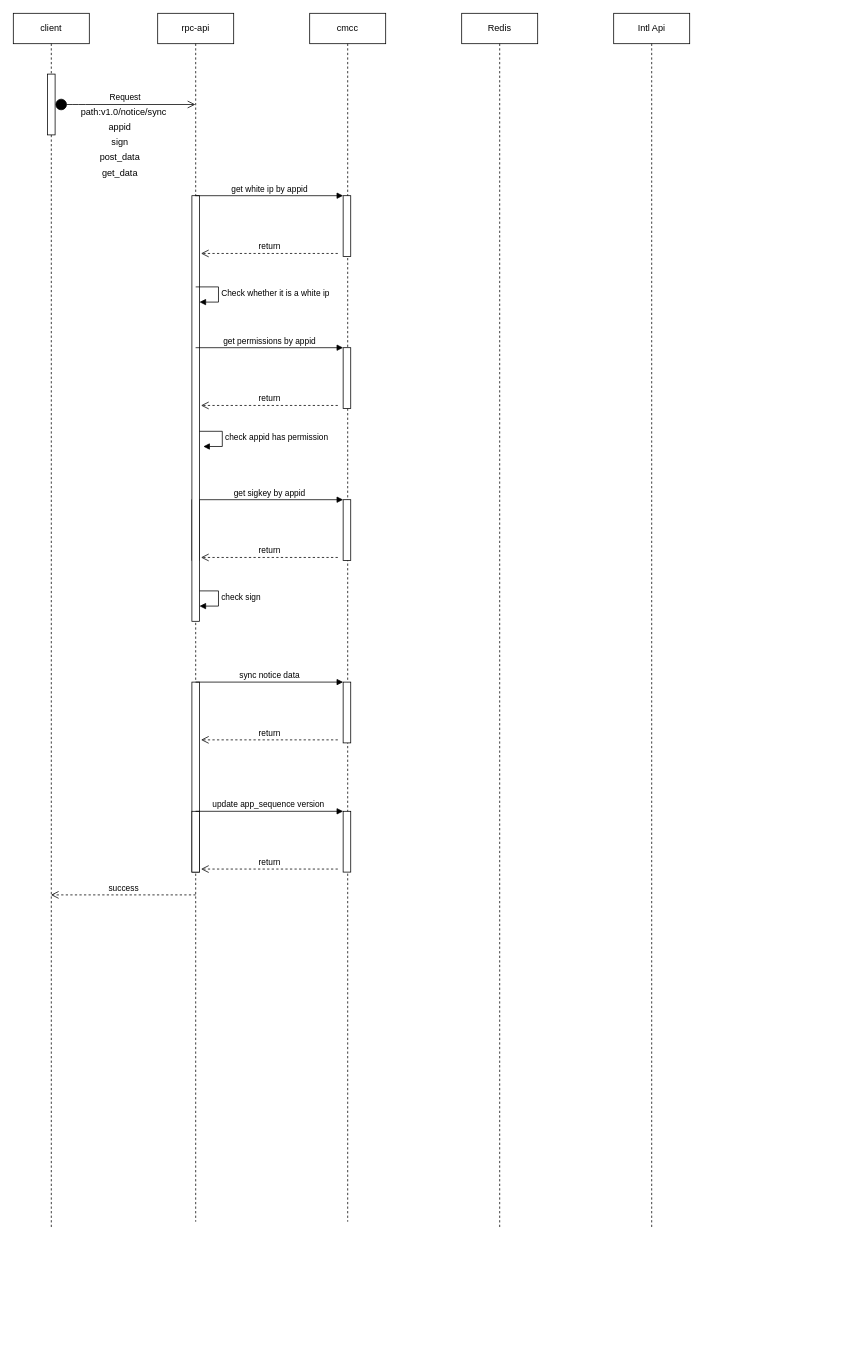
This is Untitled Diagram.drawio from 16sgit/16.github.io, a draw.io file, before an edit. Source tidied: cells renumbered, new cells numbered last; positions are measured from the earlier drawing's top-left corner, leaving out a move shared by most shapes. Both pictures are drawn from the tidied source at 76%, with x=0, y=0 at pixel (13, 13).
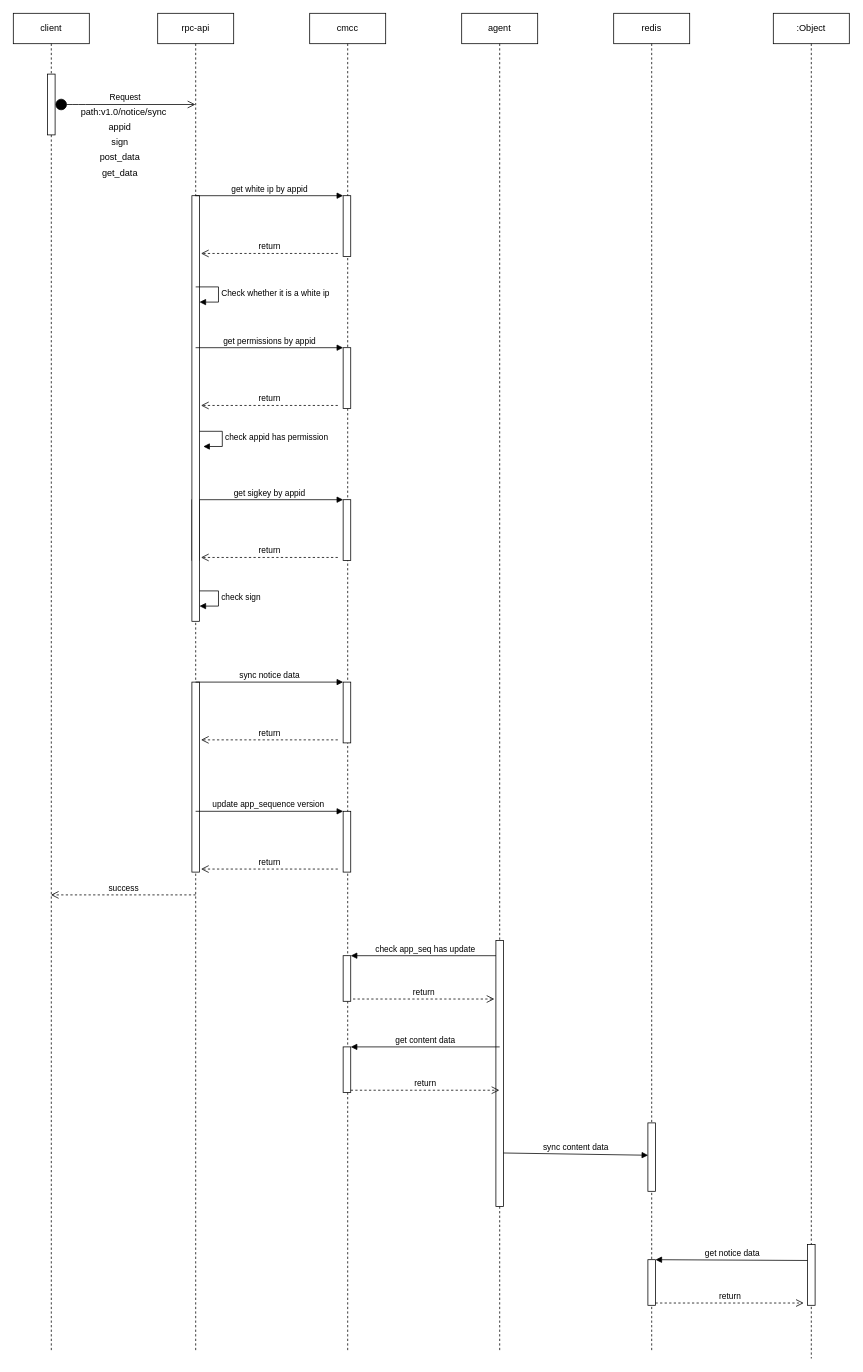
The same diagram, later.

Diff of the diagram source:
```diff
@@
     <mxCell id="2" value="client" style="shape=umlLifeline;perimeter=lifelinePerimeter;whiteSpace=wrap;html=1;outlineConnect=0;" parent="1" vertex="1">
-      <mxGeometry width="100" height="1600" as="geometry" />
+      <mxGeometry width="100" height="1760" as="geometry" />
     </mxCell>
     <mxCell id="3" value="rpc-api" style="shape=umlLifeline;perimeter=lifelinePerimeter;whiteSpace=wrap;html=1;outlineConnect=0;" parent="1" vertex="1">
-      <mxGeometry x="190" width="100" height="1590" as="geometry" />
+      <mxGeometry x="190" width="100" height="1760" as="geometry" />
     </mxCell>
     <mxCell id="4" value="cmcc" style="shape=umlLifeline;perimeter=lifelinePerimeter;whiteSpace=wrap;html=1;" parent="1" vertex="1">
-      <mxGeometry x="390" width="100" height="1590" as="geometry" />
+      <mxGeometry x="390" width="100" height="1760" as="geometry" />
     </mxCell>
@@
-    <mxCell id="14" style="html=1;perimeter=orthogonalPerimeter;" parent="4" vertex="1">
-      <mxGeometry x="-155" y="1050" width="10" height="80" as="geometry" />
-    </mxCell>
@@
-    <mxCell id="29" value="Redis" style="shape=umlLifeline;perimeter=lifelinePerimeter;whiteSpace=wrap;html=1;outlineConnect=0;" parent="1" vertex="1">
-      <mxGeometry x="590" width="100" height="1600" as="geometry" />
+    <mxCell id="29" value="agent" style="shape=umlLifeline;perimeter=lifelinePerimeter;whiteSpace=wrap;html=1;outlineConnect=0;" parent="1" vertex="1">
+      <mxGeometry x="590" width="100" height="1760" as="geometry" />
     </mxCell>
-    <mxCell id="30" value="Intl Api" style="shape=umlLifeline;perimeter=lifelinePerimeter;whiteSpace=wrap;html=1;" parent="1" vertex="1">
-      <mxGeometry x="790" width="100" height="1600" as="geometry" />
+    <mxCell id="30" value="redis" style="shape=umlLifeline;perimeter=lifelinePerimeter;whiteSpace=wrap;html=1;" parent="1" vertex="1">
+      <mxGeometry x="790" width="100" height="1760" as="geometry" />
     </mxCell>
@@
+    <mxCell id="37" style="html=1;points=[];perimeter=orthogonalPerimeter;" parent="1" vertex="1">
+      <mxGeometry x="434" y="1240" width="10" height="60" as="geometry" />
+    </mxCell>
+    <mxCell id="38" value="check app_seq has update" style="html=1;verticalAlign=bottom;endArrow=block;entryX=1;entryY=0;" parent="1" edge="1" target="37">
+      <mxGeometry relative="1" as="geometry">
+        <mxPoint x="640" y="1240" as="sourcePoint" />
+      </mxGeometry>
+    </mxCell>
+    <mxCell id="39" value="return" style="html=1;verticalAlign=bottom;endArrow=open;dashed=1;endSize=8;exitX=1;exitY=0.95;" parent="1" edge="1">
+      <mxGeometry relative="1" as="geometry">
+        <mxPoint x="447" y="1297" as="sourcePoint" />
+        <mxPoint x="633" y="1297" as="targetPoint" />
+      </mxGeometry>
+    </mxCell>
+    <mxCell id="40" style="html=1;perimeter=orthogonalPerimeter;" parent="1" vertex="1">
+      <mxGeometry x="635" y="1220" width="10" height="350" as="geometry" />
+    </mxCell>
+    <mxCell id="41" style="html=1;points=[];perimeter=orthogonalPerimeter;" parent="1" vertex="1">
+      <mxGeometry x="434" y="1360" width="10" height="60" as="geometry" />
+    </mxCell>
+    <mxCell id="42" value="get content data" style="html=1;verticalAlign=bottom;endArrow=block;entryX=1;entryY=0;" parent="1" edge="1" target="41">
+      <mxGeometry relative="1" as="geometry">
+        <mxPoint x="640" y="1360" as="sourcePoint" />
+      </mxGeometry>
+    </mxCell>
+    <mxCell id="43" value="return" style="html=1;verticalAlign=bottom;endArrow=open;dashed=1;endSize=8;exitX=1;exitY=0.95;" parent="1" edge="1" source="41" target="29">
+      <mxGeometry relative="1" as="geometry" />
+    </mxCell>
+    <mxCell id="44" style="html=1;points=[];perimeter=orthogonalPerimeter;" parent="1" vertex="1">
+      <mxGeometry x="835" y="1460" width="10" height="90" as="geometry" />
+    </mxCell>
+    <mxCell id="45" value="sync content data" style="html=1;verticalAlign=bottom;endArrow=block;entryX=0.033;entryY=0.473;entryDx=0;entryDy=0;entryPerimeter=0;" parent="1" edge="1" target="44">
+      <mxGeometry relative="1" as="geometry">
+        <mxPoint x="645" y="1499.6" as="sourcePoint" />
+      </mxGeometry>
+    </mxCell>
+    <mxCell id="46" value=":Object" style="shape=umlLifeline;perimeter=lifelinePerimeter;whiteSpace=wrap;html=1;" parent="1" vertex="1">
+      <mxGeometry x="1000" width="100" height="1770" as="geometry" />
+    </mxCell>
+    <mxCell id="47" style="html=1;points=[];perimeter=orthogonalPerimeter;" parent="1" vertex="1">
+      <mxGeometry x="835" y="1640" width="10" height="60" as="geometry" />
+    </mxCell>
+    <mxCell id="48" value="get notice data" style="html=1;verticalAlign=bottom;endArrow=block;entryX=1;entryY=0;exitX=0.2;exitY=0.263;exitDx=0;exitDy=0;exitPerimeter=0;" parent="1" edge="1" source="50" target="47">
+      <mxGeometry relative="1" as="geometry" />
+    </mxCell>
+    <mxCell id="49" value="return" style="html=1;verticalAlign=bottom;endArrow=open;dashed=1;endSize=8;exitX=1;exitY=0.95;" parent="1" edge="1" source="47">
+      <mxGeometry relative="1" as="geometry">
+        <mxPoint x="1040" y="1697" as="targetPoint" />
+      </mxGeometry>
+    </mxCell>
+    <mxCell id="50" style="html=1;points=[];perimeter=orthogonalPerimeter;" parent="1" vertex="1">
+      <mxGeometry x="1045" y="1620" width="10" height="80" as="geometry" />
+    </mxCell>
```
